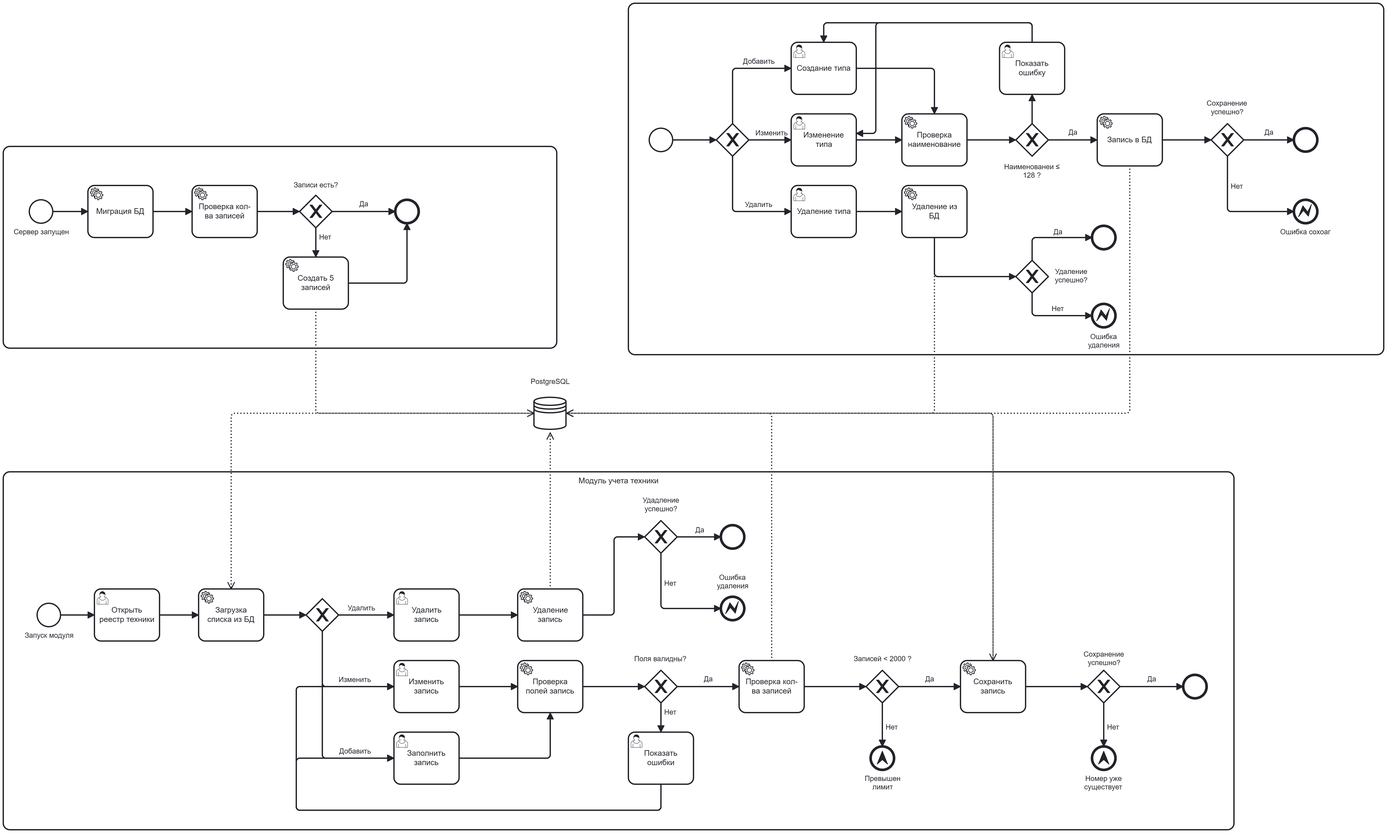
The BPMN diagram docs/diagram.png in cowellme/TestRiit, before a commit. Its source is kept beside it as docs/diagram.bpmn. Ids are renumbered.
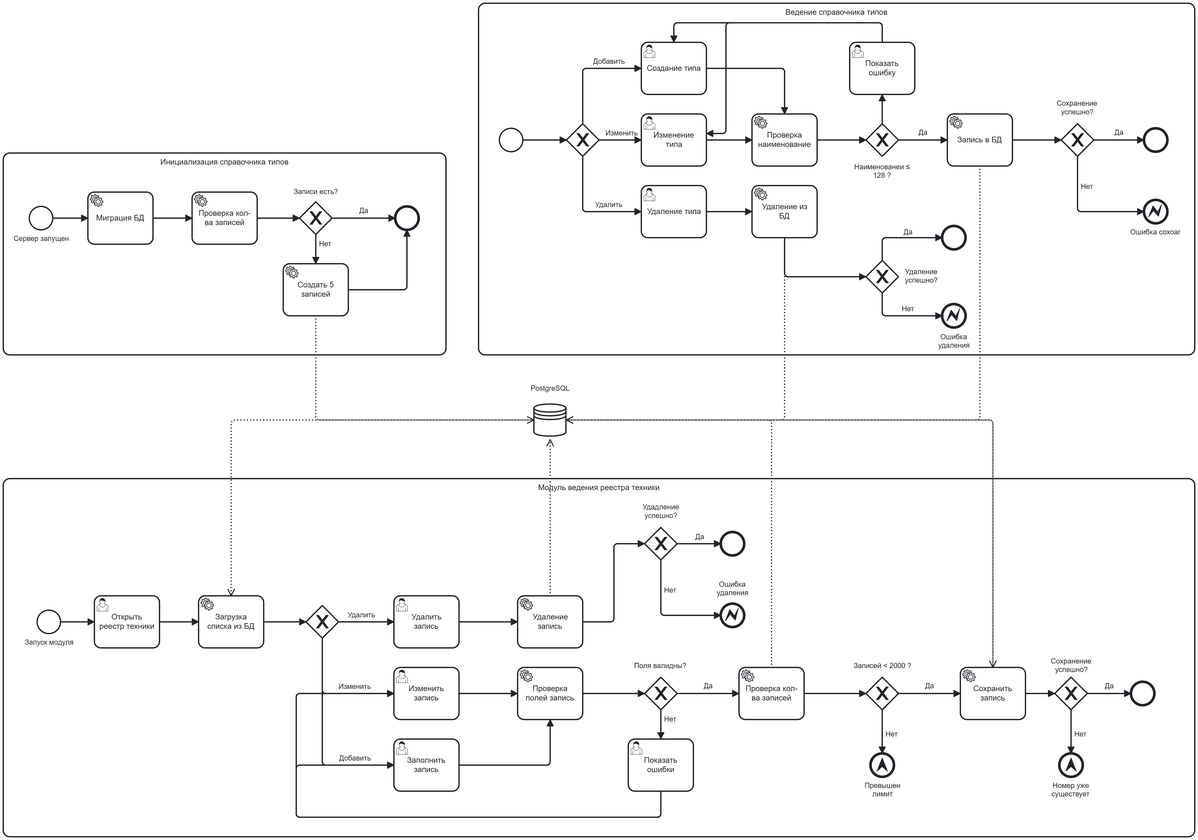
Above is the later version.

Diff of the diagram source:
```diff
@@ -3,3 +3,3 @@
     <bpmn:dataStoreReference id="DataStoreReference_n3" name="PostgreSQL" />
-    <bpmn:subProcess id="Activity_n4" name="Модуль учета техники">
+    <bpmn:subProcess id="Activity_n4" name="Модуль ведения реестра техники">
       <bpmn:userTask id="Activity_n5" name="Открыть реестр техники">
@@ -153,3 +153,3 @@
     </bpmn:subProcess>
-    <bpmn:subProcess id="Activity_n59">
+    <bpmn:subProcess id="Activity_n59" name="Инициализация справочника типов">
       <bpmn:startEvent id="Event_n60" name="Сервер запущен">
@@ -188,3 +188,3 @@
     </bpmn:subProcess>
-    <bpmn:subProcess id="Activity_n73">
+    <bpmn:subProcess id="Activity_n73" name="Ведение справочника типов">
       <bpmn:startEvent id="Event_n74">
@@ -306,3 +306,3 @@
       <bpmndi:BPMNShape id="Activity_n4_di" bpmnElement="Activity_n4" isExpanded="true">
-        <dc:Bounds x="160" y="800" width="1890" height="550" />
+        <dc:Bounds x="160" y="800" width="1830" height="550" />
         <bpmndi:BPMNLabel />
@@ -372,17 +372,2 @@
       </bpmndi:BPMNShape>
-      <bpmndi:BPMNShape id="Gateway_n44_di" bpmnElement="Gateway_n44" isMarkerVisible="true">
-        <dc:Bounds x="1825" y="1105" width="50" height="50" />
-        <bpmndi:BPMNLabel>
-          <dc:Bounds x="1819" y="1074" width="63" height="27" />
-        </bpmndi:BPMNLabel>
-      </bpmndi:BPMNShape>
-      <bpmndi:BPMNShape id="Event_n47_di" bpmnElement="Event_n47">
-        <dc:Bounds x="1832" y="1222" width="36" height="36" />
-        <bpmndi:BPMNLabel>
-          <dc:Bounds x="1820" y="1265" width="60" height="27" />
-        </bpmndi:BPMNLabel>
-      </bpmndi:BPMNShape>
-      <bpmndi:BPMNShape id="Event_n49_di" bpmnElement="Event_n49">
-        <dc:Bounds x="1972" y="1112" width="36" height="36" />
-      </bpmndi:BPMNShape>
       <bpmndi:BPMNShape id="Activity_n50_di" bpmnElement="Activity_n50">
@@ -406,2 +391,31 @@
       </bpmndi:BPMNShape>
+      <bpmndi:BPMNShape id="Gateway_n44_di" bpmnElement="Gateway_n44" isMarkerVisible="true">
+        <dc:Bounds x="1775" y="1105" width="50" height="50" />
+        <bpmndi:BPMNLabel>
+          <dc:Bounds x="1769" y="1074" width="63" height="27" />
+        </bpmndi:BPMNLabel>
+      </bpmndi:BPMNShape>
+      <bpmndi:BPMNShape id="Event_n47_di" bpmnElement="Event_n47">
+        <dc:Bounds x="1782" y="1222" width="36" height="36" />
+        <bpmndi:BPMNLabel>
+          <dc:Bounds x="1770" y="1265" width="60" height="27" />
+        </bpmndi:BPMNLabel>
+      </bpmndi:BPMNShape>
+      <bpmndi:BPMNShape id="Event_n49_di" bpmnElement="Event_n49">
+        <dc:Bounds x="1892" y="1112" width="36" height="36" />
+      </bpmndi:BPMNShape>
+      <bpmndi:BPMNEdge id="DataOutputAssociation_n52_di" bpmnElement="DataOutputAssociation_n52">
+        <di:waypoint x="1000" y="980" />
+        <di:waypoint x="1000" y="740" />
+      </bpmndi:BPMNEdge>
+      <bpmndi:BPMNEdge id="DataOutputAssociation_n32_di" bpmnElement="DataOutputAssociation_n32">
+        <di:waypoint x="1340" y="1090" />
+        <di:waypoint x="1340" y="710" />
+        <di:waypoint x="1025" y="710" />
+      </bpmndi:BPMNEdge>
+      <bpmndi:BPMNEdge id="DataOutputAssociation_n43_di" bpmnElement="DataOutputAssociation_n43">
+        <di:waypoint x="1680" y="1090" />
+        <di:waypoint x="1680" y="710" />
+        <di:waypoint x="1025" y="710" />
+      </bpmndi:BPMNEdge>
       <bpmndi:BPMNEdge id="Flow_n6_di" bpmnElement="Flow_n6">
@@ -506,16 +520,16 @@
         <di:waypoint x="1730" y="1130" />
+        <di:waypoint x="1775" y="1130" />
+      </bpmndi:BPMNEdge>
+      <bpmndi:BPMNEdge id="Flow_n45_di" bpmnElement="Flow_n45">
+        <di:waypoint x="1800" y="1155" />
+        <di:waypoint x="1800" y="1222" />
+        <bpmndi:BPMNLabel>
+          <dc:Bounds x="1805" y="1186" width="20" height="14" />
+        </bpmndi:BPMNLabel>
+      </bpmndi:BPMNEdge>
+      <bpmndi:BPMNEdge id="Flow_n46_di" bpmnElement="Flow_n46">
         <di:waypoint x="1825" y="1130" />
-      </bpmndi:BPMNEdge>
-      <bpmndi:BPMNEdge id="Flow_n45_di" bpmnElement="Flow_n45">
-        <di:waypoint x="1850" y="1155" />
-        <di:waypoint x="1850" y="1222" />
-        <bpmndi:BPMNLabel>
-          <dc:Bounds x="1855" y="1186" width="20" height="14" />
-        </bpmndi:BPMNLabel>
-      </bpmndi:BPMNEdge>
-      <bpmndi:BPMNEdge id="Flow_n46_di" bpmnElement="Flow_n46">
-        <di:waypoint x="1875" y="1130" />
-        <di:waypoint x="1972" y="1130" />
-        <bpmndi:BPMNLabel>
-          <dc:Bounds x="1917" y="1112" width="13" height="14" />
+        <di:waypoint x="1892" y="1130" />
+        <bpmndi:BPMNLabel>
+          <dc:Bounds x="1852" y="1112" width="13" height="14" />
         </bpmndi:BPMNLabel>
@@ -535,16 +549,2 @@
       </bpmndi:BPMNEdge>
-      <bpmndi:BPMNEdge id="DataOutputAssociation_n52_di" bpmnElement="DataOutputAssociation_n52">
-        <di:waypoint x="1000" y="980" />
-        <di:waypoint x="1000" y="740" />
-      </bpmndi:BPMNEdge>
-      <bpmndi:BPMNEdge id="DataOutputAssociation_n32_di" bpmnElement="DataOutputAssociation_n32">
-        <di:waypoint x="1340" y="1090" />
-        <di:waypoint x="1340" y="710" />
-        <di:waypoint x="1025" y="710" />
-      </bpmndi:BPMNEdge>
-      <bpmndi:BPMNEdge id="DataOutputAssociation_n43_di" bpmnElement="DataOutputAssociation_n43">
-        <di:waypoint x="1680" y="1090" />
-        <di:waypoint x="1680" y="710" />
-        <di:waypoint x="1025" y="710" />
-      </bpmndi:BPMNEdge>
       <bpmndi:BPMNEdge id="Flow_n55_di" bpmnElement="Flow_n55">
@@ -558,3 +558,4 @@
       <bpmndi:BPMNShape id="Activity_n59_di" bpmnElement="Activity_n59" isExpanded="true">
-        <dc:Bounds x="160" y="300" width="850" height="310" />
+        <dc:Bounds x="160" y="300" width="680" height="310" />
+        <bpmndi:BPMNLabel />
       </bpmndi:BPMNShape>
@@ -624,6 +625,7 @@
       <bpmndi:BPMNShape id="Activity_n73_di" bpmnElement="Activity_n73" isExpanded="true">
-        <dc:Bounds x="1120" y="80" width="1160" height="540" />
+        <dc:Bounds x="890" y="70" width="1100" height="540" />
+        <bpmndi:BPMNLabel />
       </bpmndi:BPMNShape>
       <bpmndi:BPMNShape id="Activity_n80_di" bpmnElement="Activity_n80">
-        <dc:Bounds x="1370" y="140" width="100" height="80" />
+        <dc:Bounds x="1140" y="130" width="100" height="80" />
         <bpmndi:BPMNLabel />
@@ -631,3 +633,3 @@
       <bpmndi:BPMNShape id="Activity_n83_di" bpmnElement="Activity_n83">
-        <dc:Bounds x="1370" y="250" width="100" height="80" />
+        <dc:Bounds x="1140" y="240" width="100" height="80" />
         <bpmndi:BPMNLabel />
@@ -635,3 +637,3 @@
       <bpmndi:BPMNShape id="Activity_n86_di" bpmnElement="Activity_n86">
-        <dc:Bounds x="1370" y="360" width="100" height="80" />
+        <dc:Bounds x="1140" y="350" width="100" height="80" />
         <bpmndi:BPMNLabel />
@@ -639,3 +641,3 @@
       <bpmndi:BPMNShape id="Gateway_n76_di" bpmnElement="Gateway_n76" isMarkerVisible="true">
-        <dc:Bounds x="1255" y="265" width="50" height="50" />
+        <dc:Bounds x="1025" y="255" width="50" height="50" />
         <bpmndi:BPMNLabel>
@@ -645,6 +647,6 @@
       <bpmndi:BPMNShape id="Event_n74_di" bpmnElement="Event_n74">
-        <dc:Bounds x="1152" y="272" width="36" height="36" />
+        <dc:Bounds x="922" y="262" width="36" height="36" />
       </bpmndi:BPMNShape>
       <bpmndi:BPMNShape id="Activity_n88_di" bpmnElement="Activity_n88">
-        <dc:Bounds x="1540" y="250" width="100" height="80" />
+        <dc:Bounds x="1310" y="240" width="100" height="80" />
         <bpmndi:BPMNLabel />
@@ -652,5 +654,5 @@
       <bpmndi:BPMNShape id="Gateway_n90_di" bpmnElement="Gateway_n90" isMarkerVisible="true">
-        <dc:Bounds x="1715" y="265" width="50" height="50" />
-        <bpmndi:BPMNLabel>
-          <dc:Bounds x="1697" y="325" width="86" height="27" />
+        <dc:Bounds x="1485" y="255" width="50" height="50" />
+        <bpmndi:BPMNLabel>
+          <dc:Bounds x="1467" y="315" width="86" height="27" />
         </bpmndi:BPMNLabel>
@@ -658,3 +660,3 @@
       <bpmndi:BPMNShape id="Activity_n93_di" bpmnElement="Activity_n93">
-        <dc:Bounds x="1840" y="250" width="100" height="80" />
+        <dc:Bounds x="1610" y="240" width="100" height="80" />
         <bpmndi:BPMNLabel />
@@ -662,5 +664,5 @@
       <bpmndi:BPMNShape id="Gateway_n96_di" bpmnElement="Gateway_n96" isMarkerVisible="true">
-        <dc:Bounds x="2015" y="265" width="50" height="50" />
-        <bpmndi:BPMNLabel>
-          <dc:Bounds x="2008" y="227.5" width="63" height="27" />
+        <dc:Bounds x="1785" y="255" width="50" height="50" />
+        <bpmndi:BPMNLabel>
+          <dc:Bounds x="1778" y="217.5" width="63" height="27" />
         </bpmndi:BPMNLabel>
@@ -668,6 +670,6 @@
       <bpmndi:BPMNShape id="Event_n99_di" bpmnElement="Event_n99">
-        <dc:Bounds x="2142" y="272" width="36" height="36" />
+        <dc:Bounds x="1912" y="262" width="36" height="36" />
       </bpmndi:BPMNShape>
       <bpmndi:BPMNShape id="Activity_n100_di" bpmnElement="Activity_n100">
-        <dc:Bounds x="1540" y="360" width="100" height="80" />
+        <dc:Bounds x="1310" y="350" width="100" height="80" />
         <bpmndi:BPMNLabel />
@@ -675,5 +677,5 @@
       <bpmndi:BPMNShape id="Event_n109_di" bpmnElement="Event_n109">
-        <dc:Bounds x="2142" y="382" width="36" height="36" />
-        <bpmndi:BPMNLabel>
-          <dc:Bounds x="2121" y="425" width="79" height="14" />
+        <dc:Bounds x="1912" y="372" width="36" height="36" />
+        <bpmndi:BPMNLabel>
+          <dc:Bounds x="1891" y="415" width="79" height="14" />
         </bpmndi:BPMNLabel>
@@ -681,5 +683,5 @@
       <bpmndi:BPMNShape id="Gateway_n103_di" bpmnElement="Gateway_n103" isMarkerVisible="true">
-        <dc:Bounds x="1715" y="475" width="50" height="50" />
-        <bpmndi:BPMNLabel>
-          <dc:Bounds x="1775" y="486" width="50" height="27" />
+        <dc:Bounds x="1485" y="465" width="50" height="50" />
+        <bpmndi:BPMNLabel>
+          <dc:Bounds x="1545" y="476" width="50" height="27" />
         </bpmndi:BPMNLabel>
@@ -687,8 +689,8 @@
       <bpmndi:BPMNShape id="Event_n106_di" bpmnElement="Event_n106">
-        <dc:Bounds x="1832" y="422" width="36" height="36" />
+        <dc:Bounds x="1602" y="412" width="36" height="36" />
       </bpmndi:BPMNShape>
       <bpmndi:BPMNShape id="Event_n107_di" bpmnElement="Event_n107">
-        <dc:Bounds x="1832" y="542" width="36" height="36" />
-        <bpmndi:BPMNLabel>
-          <dc:Bounds x="1826" y="586" width="48" height="27" />
+        <dc:Bounds x="1602" y="532" width="36" height="36" />
+        <bpmndi:BPMNLabel>
+          <dc:Bounds x="1596" y="576" width="48" height="27" />
         </bpmndi:BPMNLabel>
@@ -696,35 +698,58 @@
       <bpmndi:BPMNShape id="Activity_n111_di" bpmnElement="Activity_n111">
-        <dc:Bounds x="1690" y="140" width="100" height="80" />
-        <bpmndi:BPMNLabel />
-      </bpmndi:BPMNShape>
+        <dc:Bounds x="1460" y="130" width="100" height="80" />
+        <bpmndi:BPMNLabel />
+      </bpmndi:BPMNShape>
+      <bpmndi:BPMNEdge id="DataOutputAssociation_n102_di" bpmnElement="DataOutputAssociation_n102">
+        <di:waypoint x="1360" y="430" />
+        <di:waypoint x="1360" y="710" />
+        <di:waypoint x="1025" y="710" />
+      </bpmndi:BPMNEdge>
+      <bpmndi:BPMNEdge id="DataOutputAssociation_n95_di" bpmnElement="DataOutputAssociation_n95">
+        <di:waypoint x="1660" y="320" />
+        <di:waypoint x="1660" y="710" />
+        <di:waypoint x="1025" y="710" />
+      </bpmndi:BPMNEdge>
       <bpmndi:BPMNEdge id="Flow_n77_di" bpmnElement="Flow_n77">
-        <di:waypoint x="1280" y="265" />
-        <di:waypoint x="1280" y="180" />
-        <di:waypoint x="1370" y="180" />
-        <bpmndi:BPMNLabel>
-          <dc:Bounds x="1296" y="163" width="48" height="14" />
-        </bpmndi:BPMNLabel>
+        <di:waypoint x="1050" y="255" />
+        <di:waypoint x="1050" y="170" />
+        <di:waypoint x="1140" y="170" />
+        <bpmndi:BPMNLabel>
+          <dc:Bounds x="1066" y="153" width="48" height="14" />
+        </bpmndi:BPMNLabel>
+      </bpmndi:BPMNEdge>
+      <bpmndi:BPMNEdge id="Flow_n81_di" bpmnElement="Flow_n81">
+        <di:waypoint x="1510" y="130" />
+        <di:waypoint x="1510" y="100" />
+        <di:waypoint x="1190" y="100" />
+        <di:waypoint x="1190" y="130" />
       </bpmndi:BPMNEdge>
       <bpmndi:BPMNEdge id="Flow_n82_di" bpmnElement="Flow_n82">
-        <di:waypoint x="1470" y="180" />
-        <di:waypoint x="1590" y="180" />
-        <di:waypoint x="1590" y="250" />
+        <di:waypoint x="1240" y="170" />
+        <di:waypoint x="1360" y="170" />
+        <di:waypoint x="1360" y="240" />
       </bpmndi:BPMNEdge>
       <bpmndi:BPMNEdge id="Flow_n78_di" bpmnElement="Flow_n78">
-        <di:waypoint x="1305" y="290" />
-        <di:waypoint x="1370" y="290" />
-        <bpmndi:BPMNLabel>
-          <dc:Bounds x="1299" y="383" width="42" height="14" />
-        </bpmndi:BPMNLabel>
+        <di:waypoint x="1075" y="280" />
+        <di:waypoint x="1140" y="280" />
+        <bpmndi:BPMNLabel>
+          <dc:Bounds x="1069" y="373" width="42" height="14" />
+        </bpmndi:BPMNLabel>
+      </bpmndi:BPMNEdge>
+      <bpmndi:BPMNEdge id="Flow_n84_di" bpmnElement="Flow_n84">
+        <di:waypoint x="1510" y="130" />
+        <di:waypoint x="1510" y="100" />
+        <di:waypoint x="1270" y="100" />
+        <di:waypoint x="1270" y="270" />
+        <di:waypoint x="1240" y="270" />
       </bpmndi:BPMNEdge>
       <bpmndi:BPMNEdge id="Flow_n85_di" bpmnElement="Flow_n85">
-        <di:waypoint x="1470" y="290" />
-        <di:waypoint x="1540" y="290" />
+        <di:waypoint x="1240" y="280" />
+        <di:waypoint x="1310" y="280" />
       </bpmndi:BPMNEdge>
       <bpmndi:BPMNEdge id="Flow_n79_di" bpmnElement="Flow_n79">
-        <di:waypoint x="1280" y="315" />
-        <di:waypoint x="1280" y="400" />
-        <di:waypoint x="1370" y="400" />
-        <bpmndi:BPMNLabel>
-          <dc:Bounds x="1315" y="273" width="50" height="14" />
+        <di:waypoint x="1050" y="305" />
+        <di:waypoint x="1050" y="390" />
+        <di:waypoint x="1140" y="390" />
+        <bpmndi:BPMNLabel>
+          <dc:Bounds x="1085" y="263" width="50" height="14" />
         </bpmndi:BPMNLabel>
@@ -732,29 +757,33 @@
       <bpmndi:BPMNEdge id="Flow_n87_di" bpmnElement="Flow_n87">
-        <di:waypoint x="1470" y="400" />
-        <di:waypoint x="1540" y="400" />
+        <di:waypoint x="1240" y="390" />
+        <di:waypoint x="1310" y="390" />
       </bpmndi:BPMNEdge>
       <bpmndi:BPMNEdge id="Flow_n75_di" bpmnElement="Flow_n75">
-        <di:waypoint x="1188" y="290" />
-        <di:waypoint x="1255" y="290" />
+        <di:waypoint x="958" y="280" />
+        <di:waypoint x="1025" y="280" />
       </bpmndi:BPMNEdge>
       <bpmndi:BPMNEdge id="Flow_n89_di" bpmnElement="Flow_n89">
-        <di:waypoint x="1640" y="290" />
-        <di:waypoint x="1715" y="290" />
+        <di:waypoint x="1410" y="280" />
+        <di:waypoint x="1485" y="280" />
       </bpmndi:BPMNEdge>
       <bpmndi:BPMNEdge id="Flow_n91_di" bpmnElement="Flow_n91">
-        <di:waypoint x="1765" y="290" />
-        <di:waypoint x="1840" y="290" />
-        <bpmndi:BPMNLabel>
-          <dc:Bounds x="1796" y="272" width="13" height="14" />
-        </bpmndi:BPMNLabel>
+        <di:waypoint x="1535" y="280" />
+        <di:waypoint x="1610" y="280" />
+        <bpmndi:BPMNLabel>
+          <dc:Bounds x="1566" y="262" width="13" height="14" />
+        </bpmndi:BPMNLabel>
+      </bpmndi:BPMNEdge>
+      <bpmndi:BPMNEdge id="Flow_n92_di" bpmnElement="Flow_n92">
+        <di:waypoint x="1510" y="255" />
+        <di:waypoint x="1510" y="210" />
       </bpmndi:BPMNEdge>
       <bpmndi:BPMNEdge id="Flow_n94_di" bpmnElement="Flow_n94">
-        <di:waypoint x="1940" y="290" />
-        <di:waypoint x="2015" y="290" />
+        <di:waypoint x="1710" y="280" />
+        <di:waypoint x="1785" y="280" />
       </bpmndi:BPMNEdge>
       <bpmndi:BPMNEdge id="Flow_n97_di" bpmnElement="Flow_n97">
-        <di:waypoint x="2065" y="290" />
-        <di:waypoint x="2142" y="290" />
-        <bpmndi:BPMNLabel>
-          <dc:Bounds x="2097" y="272" width="13" height="14" />
+        <di:waypoint x="1835" y="280" />
+        <di:waypoint x="1912" y="280" />
+        <bpmndi:BPMNLabel>
+          <dc:Bounds x="1867" y="262" width="13" height="14" />
         </bpmndi:BPMNLabel>
@@ -762,7 +791,7 @@
       <bpmndi:BPMNEdge id="Flow_n98_di" bpmnElement="Flow_n98">
-        <di:waypoint x="2040" y="315" />
-        <di:waypoint x="2040" y="400" />
-        <di:waypoint x="2142" y="400" />
-        <bpmndi:BPMNLabel>
-          <dc:Bounds x="2045" y="355" width="20" height="14" />
+        <di:waypoint x="1810" y="305" />
+        <di:waypoint x="1810" y="390" />
+        <di:waypoint x="1912" y="390" />
+        <bpmndi:BPMNLabel>
+          <dc:Bounds x="1815" y="345" width="20" height="14" />
         </bpmndi:BPMNLabel>
@@ -770,12 +799,12 @@
       <bpmndi:BPMNEdge id="Flow_n101_di" bpmnElement="Flow_n101">
-        <di:waypoint x="1590" y="440" />
-        <di:waypoint x="1590" y="500" />
-        <di:waypoint x="1715" y="500" />
+        <di:waypoint x="1360" y="430" />
+        <di:waypoint x="1360" y="490" />
+        <di:waypoint x="1485" y="490" />
       </bpmndi:BPMNEdge>
       <bpmndi:BPMNEdge id="Flow_n104_di" bpmnElement="Flow_n104">
-        <di:waypoint x="1740" y="475" />
-        <di:waypoint x="1740" y="440" />
-        <di:waypoint x="1832" y="440" />
-        <bpmndi:BPMNLabel>
-          <dc:Bounds x="1773" y="425" width="13" height="14" />
+        <di:waypoint x="1510" y="465" />
+        <di:waypoint x="1510" y="430" />
+        <di:waypoint x="1602" y="430" />
+        <bpmndi:BPMNLabel>
+          <dc:Bounds x="1543" y="415" width="13" height="14" />
         </bpmndi:BPMNLabel>
@@ -783,35 +812,8 @@
       <bpmndi:BPMNEdge id="Flow_n105_di" bpmnElement="Flow_n105">
-        <di:waypoint x="1740" y="525" />
-        <di:waypoint x="1740" y="560" />
-        <di:waypoint x="1832" y="560" />
-        <bpmndi:BPMNLabel>
-          <dc:Bounds x="1770" y="543" width="20" height="14" />
-        </bpmndi:BPMNLabel>
-      </bpmndi:BPMNEdge>
-      <bpmndi:BPMNEdge id="DataOutputAssociation_n102_di" bpmnElement="DataOutputAssociation_n102">
-        <di:waypoint x="1590" y="440" />
-        <di:waypoint x="1590" y="710" />
-        <di:waypoint x="1025" y="710" />
-      </bpmndi:BPMNEdge>
-      <bpmndi:BPMNEdge id="DataOutputAssociation_n95_di" bpmnElement="DataOutputAssociation_n95">
-        <di:waypoint x="1890" y="330" />
-        <di:waypoint x="1890" y="710" />
-        <di:waypoint x="1025" y="710" />
-      </bpmndi:BPMNEdge>
-      <bpmndi:BPMNEdge id="Flow_n92_di" bpmnElement="Flow_n92">
-        <di:waypoint x="1740" y="265" />
-        <di:waypoint x="1740" y="220" />
-      </bpmndi:BPMNEdge>
-      <bpmndi:BPMNEdge id="Flow_n81_di" bpmnElement="Flow_n81">
-        <di:waypoint x="1740" y="140" />
-        <di:waypoint x="1740" y="110" />
-        <di:waypoint x="1420" y="110" />
-        <di:waypoint x="1420" y="140" />
-      </bpmndi:BPMNEdge>
-      <bpmndi:BPMNEdge id="Flow_n84_di" bpmnElement="Flow_n84">
-        <di:waypoint x="1740" y="140" />
-        <di:waypoint x="1740" y="110" />
-        <di:waypoint x="1500" y="110" />
-        <di:waypoint x="1500" y="280" />
-        <di:waypoint x="1470" y="280" />
+        <di:waypoint x="1510" y="515" />
+        <di:waypoint x="1510" y="550" />
+        <di:waypoint x="1602" y="550" />
+        <bpmndi:BPMNLabel>
+          <dc:Bounds x="1540" y="533" width="20" height="14" />
+        </bpmndi:BPMNLabel>
       </bpmndi:BPMNEdge>
```
